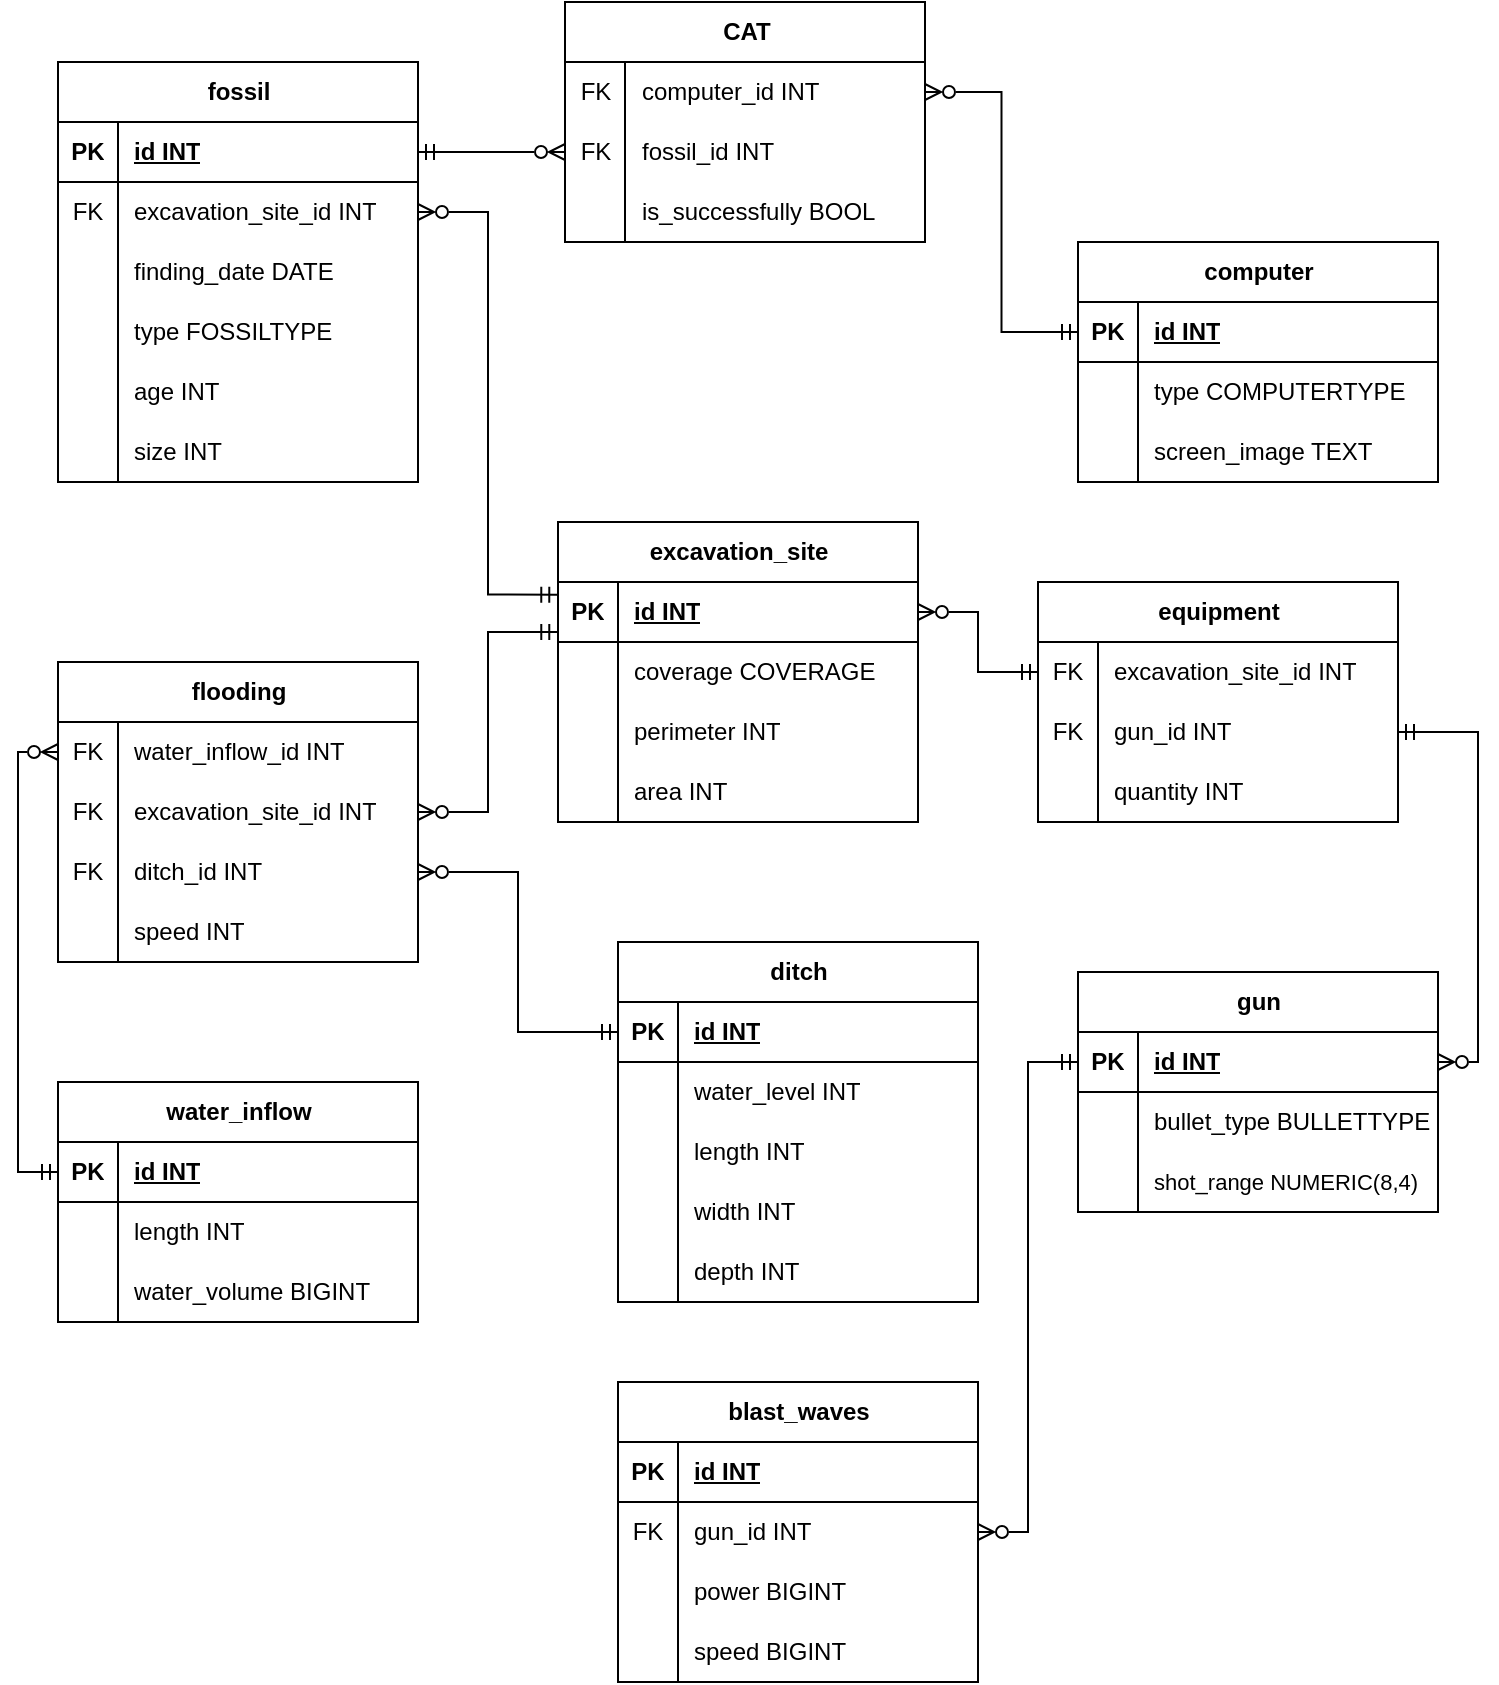
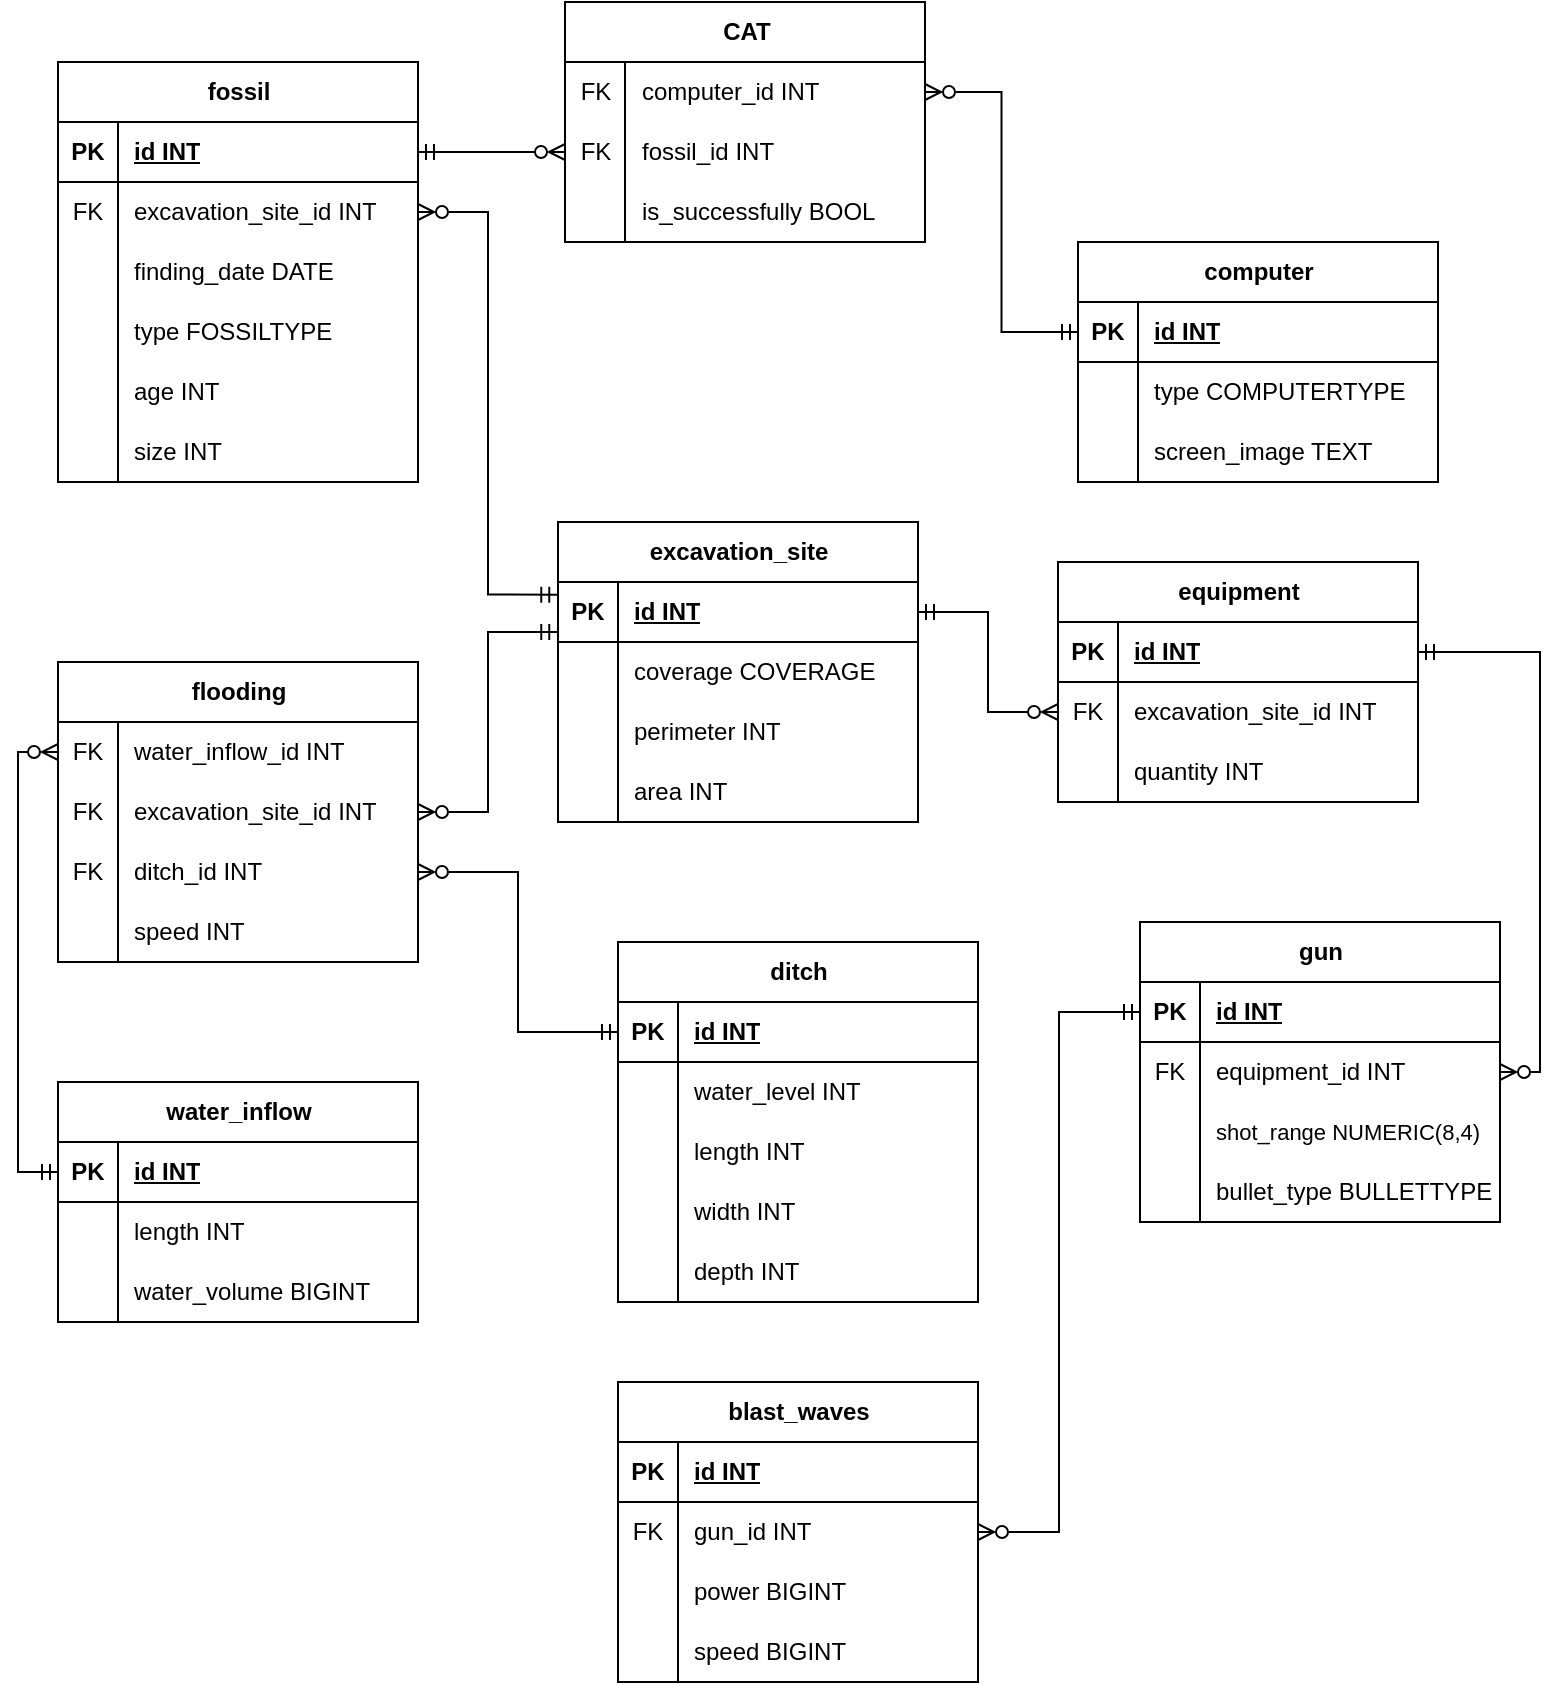
- <mxfile host="app.diagrams.net" agent="Mozilla/5.0 (Windows NT 10.0; Win64; x64) AppleWebKit/537.36 (KHTML, like Gecko) Chrome/146.0.0.0 Safari/537.36" version="29.6.6">
+ <mxfile host="app.diagrams.net" agent="Mozilla/5.0 (Windows NT 10.0; Win64; x64) AppleWebKit/537.36 (KHTML, like Gecko) Chrome/147.0.0.0 Safari/537.36" version="29.6.6">
  <diagram name="Страница-1" id="QFJKAXNgQi-MpzV8UYLP">
-     <mxGraphModel dx="1213" dy="764" grid="1" gridSize="10" guides="1" tooltips="1" connect="1" arrows="1" fold="1" page="1" pageScale="1" pageWidth="827" pageHeight="1169" math="0" shadow="0">
+     <mxGraphModel dx="1348" dy="849" grid="1" gridSize="10" guides="1" tooltips="1" connect="1" arrows="1" fold="1" page="1" pageScale="1" pageWidth="827" pageHeight="1169" math="0" shadow="0">
      <root>
        <mxCell id="0" />
        <mxCell id="1" parent="0" />
        <mxCell id="e_x1Hm3aGCSUM_CxUoT2-3" parent="1" style="shape=table;startSize=30;container=1;collapsible=1;childLayout=tableLayout;fixedRows=1;rowLines=0;fontStyle=1;align=center;resizeLast=1;html=1;" value="fossil" vertex="1">
          <mxGeometry height="210" width="180" x="520" y="170" as="geometry" />
        </mxCell>
        <mxCell id="e_x1Hm3aGCSUM_CxUoT2-4" parent="e_x1Hm3aGCSUM_CxUoT2-3" style="shape=tableRow;horizontal=0;startSize=0;swimlaneHead=0;swimlaneBody=0;fillColor=none;collapsible=0;dropTarget=0;points=[[0,0.5],[1,0.5]];portConstraint=eastwest;top=0;left=0;right=0;bottom=1;" value="" vertex="1">
          <mxGeometry height="30" width="180" y="30" as="geometry" />
        </mxCell>
        <mxCell id="e_x1Hm3aGCSUM_CxUoT2-5" parent="e_x1Hm3aGCSUM_CxUoT2-4" style="shape=partialRectangle;connectable=0;fillColor=none;top=0;left=0;bottom=0;right=0;fontStyle=1;overflow=hidden;whiteSpace=wrap;html=1;" value="PK" vertex="1">
          <mxGeometry height="30" width="30" as="geometry">
            <mxRectangle height="30" width="30" as="alternateBounds" />
          </mxGeometry>
        </mxCell>
        <mxCell id="e_x1Hm3aGCSUM_CxUoT2-6" parent="e_x1Hm3aGCSUM_CxUoT2-4" style="shape=partialRectangle;connectable=0;fillColor=none;top=0;left=0;bottom=0;right=0;align=left;spacingLeft=6;fontStyle=5;overflow=hidden;whiteSpace=wrap;html=1;" value="id INT" vertex="1">
          <mxGeometry height="30" width="150" x="30" as="geometry">
            <mxRectangle height="30" width="150" as="alternateBounds" />
          </mxGeometry>
        </mxCell>
        <mxCell id="e_x1Hm3aGCSUM_CxUoT2-7" parent="e_x1Hm3aGCSUM_CxUoT2-3" style="shape=tableRow;horizontal=0;startSize=0;swimlaneHead=0;swimlaneBody=0;fillColor=none;collapsible=0;dropTarget=0;points=[[0,0.5],[1,0.5]];portConstraint=eastwest;top=0;left=0;right=0;bottom=0;" value="" vertex="1">
          <mxGeometry height="30" width="180" y="60" as="geometry" />
        </mxCell>
        <mxCell id="e_x1Hm3aGCSUM_CxUoT2-8" parent="e_x1Hm3aGCSUM_CxUoT2-7" style="shape=partialRectangle;connectable=0;fillColor=none;top=0;left=0;bottom=0;right=0;editable=1;overflow=hidden;whiteSpace=wrap;html=1;" value="FK" vertex="1">
          <mxGeometry height="30" width="30" as="geometry">
            <mxRectangle height="30" width="30" as="alternateBounds" />
          </mxGeometry>
        </mxCell>
        <mxCell id="e_x1Hm3aGCSUM_CxUoT2-9" parent="e_x1Hm3aGCSUM_CxUoT2-7" style="shape=partialRectangle;connectable=0;fillColor=none;top=0;left=0;bottom=0;right=0;align=left;spacingLeft=6;overflow=hidden;whiteSpace=wrap;html=1;" value="&lt;span style=&quot;text-align: center; text-wrap-mode: nowrap;&quot;&gt;excavation_site_id INT&lt;/span&gt;" vertex="1">
          <mxGeometry height="30" width="150" x="30" as="geometry">
            <mxRectangle height="30" width="150" as="alternateBounds" />
          </mxGeometry>
        </mxCell>
        <mxCell id="e_x1Hm3aGCSUM_CxUoT2-10" parent="e_x1Hm3aGCSUM_CxUoT2-3" style="shape=tableRow;horizontal=0;startSize=0;swimlaneHead=0;swimlaneBody=0;fillColor=none;collapsible=0;dropTarget=0;points=[[0,0.5],[1,0.5]];portConstraint=eastwest;top=0;left=0;right=0;bottom=0;" value="" vertex="1">
          <mxGeometry height="30" width="180" y="90" as="geometry" />
        </mxCell>
        <mxCell id="e_x1Hm3aGCSUM_CxUoT2-11" parent="e_x1Hm3aGCSUM_CxUoT2-10" style="shape=partialRectangle;connectable=0;fillColor=none;top=0;left=0;bottom=0;right=0;editable=1;overflow=hidden;whiteSpace=wrap;html=1;" value="" vertex="1">
          <mxGeometry height="30" width="30" as="geometry">
            <mxRectangle height="30" width="30" as="alternateBounds" />
          </mxGeometry>
        </mxCell>
        <mxCell id="e_x1Hm3aGCSUM_CxUoT2-12" parent="e_x1Hm3aGCSUM_CxUoT2-10" style="shape=partialRectangle;connectable=0;fillColor=none;top=0;left=0;bottom=0;right=0;align=left;spacingLeft=6;overflow=hidden;whiteSpace=wrap;html=1;" value="finding_date DATE" vertex="1">
          <mxGeometry height="30" width="150" x="30" as="geometry">
            <mxRectangle height="30" width="150" as="alternateBounds" />
          </mxGeometry>
        </mxCell>
        <mxCell id="e_x1Hm3aGCSUM_CxUoT2-13" parent="e_x1Hm3aGCSUM_CxUoT2-3" style="shape=tableRow;horizontal=0;startSize=0;swimlaneHead=0;swimlaneBody=0;fillColor=none;collapsible=0;dropTarget=0;points=[[0,0.5],[1,0.5]];portConstraint=eastwest;top=0;left=0;right=0;bottom=0;" value="" vertex="1">
          <mxGeometry height="30" width="180" y="120" as="geometry" />
        </mxCell>
        <mxCell id="e_x1Hm3aGCSUM_CxUoT2-14" parent="e_x1Hm3aGCSUM_CxUoT2-13" style="shape=partialRectangle;connectable=0;fillColor=none;top=0;left=0;bottom=0;right=0;editable=1;overflow=hidden;whiteSpace=wrap;html=1;" value="" vertex="1">
          <mxGeometry height="30" width="30" as="geometry">
            <mxRectangle height="30" width="30" as="alternateBounds" />
          </mxGeometry>
        </mxCell>
        <mxCell id="e_x1Hm3aGCSUM_CxUoT2-15" parent="e_x1Hm3aGCSUM_CxUoT2-13" style="shape=partialRectangle;connectable=0;fillColor=none;top=0;left=0;bottom=0;right=0;align=left;spacingLeft=6;overflow=hidden;whiteSpace=wrap;html=1;" value="type FOSSILTYPE" vertex="1">
          <mxGeometry height="30" width="150" x="30" as="geometry">
            <mxRectangle height="30" width="150" as="alternateBounds" />
          </mxGeometry>
        </mxCell>
        <mxCell id="e_x1Hm3aGCSUM_CxUoT2-16" parent="e_x1Hm3aGCSUM_CxUoT2-3" style="shape=tableRow;horizontal=0;startSize=0;swimlaneHead=0;swimlaneBody=0;fillColor=none;collapsible=0;dropTarget=0;points=[[0,0.5],[1,0.5]];portConstraint=eastwest;top=0;left=0;right=0;bottom=0;" value="" vertex="1">
          <mxGeometry height="30" width="180" y="150" as="geometry" />
        </mxCell>
        <mxCell id="e_x1Hm3aGCSUM_CxUoT2-17" parent="e_x1Hm3aGCSUM_CxUoT2-16" style="shape=partialRectangle;connectable=0;fillColor=none;top=0;left=0;bottom=0;right=0;editable=1;overflow=hidden;whiteSpace=wrap;html=1;" value="" vertex="1">
          <mxGeometry height="30" width="30" as="geometry">
            <mxRectangle height="30" width="30" as="alternateBounds" />
          </mxGeometry>
        </mxCell>
        <mxCell id="e_x1Hm3aGCSUM_CxUoT2-18" parent="e_x1Hm3aGCSUM_CxUoT2-16" style="shape=partialRectangle;connectable=0;fillColor=none;top=0;left=0;bottom=0;right=0;align=left;spacingLeft=6;overflow=hidden;whiteSpace=wrap;html=1;" value="age INT" vertex="1">
          <mxGeometry height="30" width="150" x="30" as="geometry">
            <mxRectangle height="30" width="150" as="alternateBounds" />
          </mxGeometry>
        </mxCell>
        <mxCell id="e_x1Hm3aGCSUM_CxUoT2-19" parent="e_x1Hm3aGCSUM_CxUoT2-3" style="shape=tableRow;horizontal=0;startSize=0;swimlaneHead=0;swimlaneBody=0;fillColor=none;collapsible=0;dropTarget=0;points=[[0,0.5],[1,0.5]];portConstraint=eastwest;top=0;left=0;right=0;bottom=0;" value="" vertex="1">
          <mxGeometry height="30" width="180" y="180" as="geometry" />
        </mxCell>
        <mxCell id="e_x1Hm3aGCSUM_CxUoT2-20" parent="e_x1Hm3aGCSUM_CxUoT2-19" style="shape=partialRectangle;connectable=0;fillColor=none;top=0;left=0;bottom=0;right=0;editable=1;overflow=hidden;whiteSpace=wrap;html=1;" value="" vertex="1">
          <mxGeometry height="30" width="30" as="geometry">
            <mxRectangle height="30" width="30" as="alternateBounds" />
          </mxGeometry>
        </mxCell>
        <mxCell id="e_x1Hm3aGCSUM_CxUoT2-21" parent="e_x1Hm3aGCSUM_CxUoT2-19" style="shape=partialRectangle;connectable=0;fillColor=none;top=0;left=0;bottom=0;right=0;align=left;spacingLeft=6;overflow=hidden;whiteSpace=wrap;html=1;" value="size INT" vertex="1">
          <mxGeometry height="30" width="150" x="30" as="geometry">
            <mxRectangle height="30" width="150" as="alternateBounds" />
          </mxGeometry>
        </mxCell>
        <mxCell id="e_x1Hm3aGCSUM_CxUoT2-22" parent="1" style="shape=table;startSize=30;container=1;collapsible=1;childLayout=tableLayout;fixedRows=1;rowLines=0;fontStyle=1;align=center;resizeLast=1;html=1;points=[[0,0,0,0,0],[0,0.11,0,0,0],[0,0.25,0,0,0],[0,0.5,0,0,0],[0,0.75,0,0,0],[0,1,0,0,0],[0.25,0,0,0,0],[0.25,1,0,0,0],[0.5,0,0,0,0],[0.5,1,0,0,0],[0.75,0,0,0,0],[0.75,1,0,0,0],[1,0,0,0,0],[1,0.25,0,0,0],[1,0.5,0,0,0],[1,0.75,0,0,0],[1,1,0,0,0]];" value="excavation_site" vertex="1">
          <mxGeometry height="150" width="180" x="770" y="400" as="geometry" />
        </mxCell>
        <mxCell id="e_x1Hm3aGCSUM_CxUoT2-23" parent="e_x1Hm3aGCSUM_CxUoT2-22" style="shape=tableRow;horizontal=0;startSize=0;swimlaneHead=0;swimlaneBody=0;fillColor=none;collapsible=0;dropTarget=0;points=[[0,0.5],[1,0.5]];portConstraint=eastwest;top=0;left=0;right=0;bottom=1;" value="" vertex="1">
          <mxGeometry height="30" width="180" y="30" as="geometry" />
        </mxCell>
        <mxCell id="e_x1Hm3aGCSUM_CxUoT2-24" parent="e_x1Hm3aGCSUM_CxUoT2-23" style="shape=partialRectangle;connectable=0;fillColor=none;top=0;left=0;bottom=0;right=0;fontStyle=1;overflow=hidden;whiteSpace=wrap;html=1;" value="PK" vertex="1">
          <mxGeometry height="30" width="30" as="geometry">
            <mxRectangle height="30" width="30" as="alternateBounds" />
          </mxGeometry>
        </mxCell>
        <mxCell id="e_x1Hm3aGCSUM_CxUoT2-25" parent="e_x1Hm3aGCSUM_CxUoT2-23" style="shape=partialRectangle;connectable=0;fillColor=none;top=0;left=0;bottom=0;right=0;align=left;spacingLeft=6;fontStyle=5;overflow=hidden;whiteSpace=wrap;html=1;" value="id INT" vertex="1">
          <mxGeometry height="30" width="150" x="30" as="geometry">
            <mxRectangle height="30" width="150" as="alternateBounds" />
          </mxGeometry>
        </mxCell>
        <mxCell id="e_x1Hm3aGCSUM_CxUoT2-26" parent="e_x1Hm3aGCSUM_CxUoT2-22" style="shape=tableRow;horizontal=0;startSize=0;swimlaneHead=0;swimlaneBody=0;fillColor=none;collapsible=0;dropTarget=0;points=[[0,0.5],[1,0.5]];portConstraint=eastwest;top=0;left=0;right=0;bottom=0;" value="" vertex="1">
          <mxGeometry height="30" width="180" y="60" as="geometry" />
        </mxCell>
        <mxCell id="e_x1Hm3aGCSUM_CxUoT2-27" parent="e_x1Hm3aGCSUM_CxUoT2-26" style="shape=partialRectangle;connectable=0;fillColor=none;top=0;left=0;bottom=0;right=0;editable=1;overflow=hidden;whiteSpace=wrap;html=1;" value="" vertex="1">
          <mxGeometry height="30" width="30" as="geometry">
            <mxRectangle height="30" width="30" as="alternateBounds" />
          </mxGeometry>
        </mxCell>
        <mxCell id="e_x1Hm3aGCSUM_CxUoT2-28" parent="e_x1Hm3aGCSUM_CxUoT2-26" style="shape=partialRectangle;connectable=0;fillColor=none;top=0;left=0;bottom=0;right=0;align=left;spacingLeft=6;overflow=hidden;whiteSpace=wrap;html=1;" value="&lt;font&gt;coverage COVERAGE&lt;/font&gt;" vertex="1">
          <mxGeometry height="30" width="150" x="30" as="geometry">
            <mxRectangle height="30" width="150" as="alternateBounds" />
          </mxGeometry>
        </mxCell>
        <mxCell id="e_x1Hm3aGCSUM_CxUoT2-29" parent="e_x1Hm3aGCSUM_CxUoT2-22" style="shape=tableRow;horizontal=0;startSize=0;swimlaneHead=0;swimlaneBody=0;fillColor=none;collapsible=0;dropTarget=0;points=[[0,0.5],[1,0.5]];portConstraint=eastwest;top=0;left=0;right=0;bottom=0;" value="" vertex="1">
          <mxGeometry height="30" width="180" y="90" as="geometry" />
        </mxCell>
        <mxCell id="e_x1Hm3aGCSUM_CxUoT2-30" parent="e_x1Hm3aGCSUM_CxUoT2-29" style="shape=partialRectangle;connectable=0;fillColor=none;top=0;left=0;bottom=0;right=0;editable=1;overflow=hidden;whiteSpace=wrap;html=1;" value="" vertex="1">
          <mxGeometry height="30" width="30" as="geometry">
            <mxRectangle height="30" width="30" as="alternateBounds" />
          </mxGeometry>
        </mxCell>
        <mxCell id="e_x1Hm3aGCSUM_CxUoT2-31" parent="e_x1Hm3aGCSUM_CxUoT2-29" style="shape=partialRectangle;connectable=0;fillColor=none;top=0;left=0;bottom=0;right=0;align=left;spacingLeft=6;overflow=hidden;whiteSpace=wrap;html=1;" value="perimeter INT" vertex="1">
          <mxGeometry height="30" width="150" x="30" as="geometry">
            <mxRectangle height="30" width="150" as="alternateBounds" />
          </mxGeometry>
        </mxCell>
        <mxCell id="e_x1Hm3aGCSUM_CxUoT2-32" parent="e_x1Hm3aGCSUM_CxUoT2-22" style="shape=tableRow;horizontal=0;startSize=0;swimlaneHead=0;swimlaneBody=0;fillColor=none;collapsible=0;dropTarget=0;points=[[0,0.5],[1,0.5]];portConstraint=eastwest;top=0;left=0;right=0;bottom=0;" value="" vertex="1">
          <mxGeometry height="30" width="180" y="120" as="geometry" />
        </mxCell>
        <mxCell id="e_x1Hm3aGCSUM_CxUoT2-33" parent="e_x1Hm3aGCSUM_CxUoT2-32" style="shape=partialRectangle;connectable=0;fillColor=none;top=0;left=0;bottom=0;right=0;editable=1;overflow=hidden;whiteSpace=wrap;html=1;" value="" vertex="1">
          <mxGeometry height="30" width="30" as="geometry">
            <mxRectangle height="30" width="30" as="alternateBounds" />
          </mxGeometry>
        </mxCell>
        <mxCell id="e_x1Hm3aGCSUM_CxUoT2-34" parent="e_x1Hm3aGCSUM_CxUoT2-32" style="shape=partialRectangle;connectable=0;fillColor=none;top=0;left=0;bottom=0;right=0;align=left;spacingLeft=6;overflow=hidden;whiteSpace=wrap;html=1;" value="area INT" vertex="1">
          <mxGeometry height="30" width="150" x="30" as="geometry">
            <mxRectangle height="30" width="150" as="alternateBounds" />
          </mxGeometry>
        </mxCell>
        <mxCell id="e_x1Hm3aGCSUM_CxUoT2-35" parent="1" style="shape=table;startSize=30;container=1;collapsible=1;childLayout=tableLayout;fixedRows=1;rowLines=0;fontStyle=1;align=center;resizeLast=1;html=1;" value="flooding" vertex="1">
          <mxGeometry height="150" width="180" x="520" y="470" as="geometry" />
        </mxCell>
        <mxCell id="e_x1Hm3aGCSUM_CxUoT2-36" parent="e_x1Hm3aGCSUM_CxUoT2-35" style="shape=tableRow;horizontal=0;startSize=0;swimlaneHead=0;swimlaneBody=0;fillColor=none;collapsible=0;dropTarget=0;points=[[0,0.5],[1,0.5]];portConstraint=eastwest;top=0;left=0;right=0;bottom=0;" value="" vertex="1">
          <mxGeometry height="30" width="180" y="30" as="geometry" />
        </mxCell>
        <mxCell id="e_x1Hm3aGCSUM_CxUoT2-37" parent="e_x1Hm3aGCSUM_CxUoT2-36" style="shape=partialRectangle;connectable=0;fillColor=none;top=0;left=0;bottom=0;right=0;editable=1;overflow=hidden;whiteSpace=wrap;html=1;" value="FK" vertex="1">
          <mxGeometry height="30" width="30" as="geometry">
            <mxRectangle height="30" width="30" as="alternateBounds" />
          </mxGeometry>
        </mxCell>
        <mxCell id="e_x1Hm3aGCSUM_CxUoT2-38" parent="e_x1Hm3aGCSUM_CxUoT2-36" style="shape=partialRectangle;connectable=0;fillColor=none;top=0;left=0;bottom=0;right=0;align=left;spacingLeft=6;overflow=hidden;whiteSpace=wrap;html=1;" value="water_inflow_id INT" vertex="1">
          <mxGeometry height="30" width="150" x="30" as="geometry">
            <mxRectangle height="30" width="150" as="alternateBounds" />
          </mxGeometry>
        </mxCell>
        <mxCell id="e_x1Hm3aGCSUM_CxUoT2-39" parent="e_x1Hm3aGCSUM_CxUoT2-35" style="shape=tableRow;horizontal=0;startSize=0;swimlaneHead=0;swimlaneBody=0;fillColor=none;collapsible=0;dropTarget=0;points=[[0,0.5],[1,0.5]];portConstraint=eastwest;top=0;left=0;right=0;bottom=0;" value="" vertex="1">
          <mxGeometry height="30" width="180" y="60" as="geometry" />
        </mxCell>
        <mxCell id="e_x1Hm3aGCSUM_CxUoT2-40" parent="e_x1Hm3aGCSUM_CxUoT2-39" style="shape=partialRectangle;connectable=0;fillColor=none;top=0;left=0;bottom=0;right=0;editable=1;overflow=hidden;whiteSpace=wrap;html=1;" value="FK" vertex="1">
          <mxGeometry height="30" width="30" as="geometry">
            <mxRectangle height="30" width="30" as="alternateBounds" />
          </mxGeometry>
        </mxCell>
        <mxCell id="e_x1Hm3aGCSUM_CxUoT2-41" parent="e_x1Hm3aGCSUM_CxUoT2-39" style="shape=partialRectangle;connectable=0;fillColor=none;top=0;left=0;bottom=0;right=0;align=left;spacingLeft=6;overflow=hidden;whiteSpace=wrap;html=1;" value="&lt;span style=&quot;text-align: center; text-wrap-mode: nowrap;&quot;&gt;excavation_site_id INT&lt;/span&gt;" vertex="1">
          <mxGeometry height="30" width="150" x="30" as="geometry">
            <mxRectangle height="30" width="150" as="alternateBounds" />
          </mxGeometry>
        </mxCell>
        <mxCell id="e_x1Hm3aGCSUM_CxUoT2-42" parent="e_x1Hm3aGCSUM_CxUoT2-35" style="shape=tableRow;horizontal=0;startSize=0;swimlaneHead=0;swimlaneBody=0;fillColor=none;collapsible=0;dropTarget=0;points=[[0,0.5],[1,0.5]];portConstraint=eastwest;top=0;left=0;right=0;bottom=0;" value="" vertex="1">
          <mxGeometry height="30" width="180" y="90" as="geometry" />
        </mxCell>
        <mxCell id="e_x1Hm3aGCSUM_CxUoT2-43" parent="e_x1Hm3aGCSUM_CxUoT2-42" style="shape=partialRectangle;connectable=0;fillColor=none;top=0;left=0;bottom=0;right=0;editable=1;overflow=hidden;whiteSpace=wrap;html=1;" value="FK" vertex="1">
          <mxGeometry height="30" width="30" as="geometry">
            <mxRectangle height="30" width="30" as="alternateBounds" />
          </mxGeometry>
        </mxCell>
        <mxCell id="e_x1Hm3aGCSUM_CxUoT2-44" parent="e_x1Hm3aGCSUM_CxUoT2-42" style="shape=partialRectangle;connectable=0;fillColor=none;top=0;left=0;bottom=0;right=0;align=left;spacingLeft=6;overflow=hidden;whiteSpace=wrap;html=1;" value="ditch_id INT" vertex="1">
          <mxGeometry height="30" width="150" x="30" as="geometry">
            <mxRectangle height="30" width="150" as="alternateBounds" />
          </mxGeometry>
        </mxCell>
        <mxCell id="e_x1Hm3aGCSUM_CxUoT2-45" parent="e_x1Hm3aGCSUM_CxUoT2-35" style="shape=tableRow;horizontal=0;startSize=0;swimlaneHead=0;swimlaneBody=0;fillColor=none;collapsible=0;dropTarget=0;points=[[0,0.5],[1,0.5]];portConstraint=eastwest;top=0;left=0;right=0;bottom=0;" value="" vertex="1">
          <mxGeometry height="30" width="180" y="120" as="geometry" />
        </mxCell>
        <mxCell id="e_x1Hm3aGCSUM_CxUoT2-46" parent="e_x1Hm3aGCSUM_CxUoT2-45" style="shape=partialRectangle;connectable=0;fillColor=none;top=0;left=0;bottom=0;right=0;editable=1;overflow=hidden;whiteSpace=wrap;html=1;" value="" vertex="1">
          <mxGeometry height="30" width="30" as="geometry">
            <mxRectangle height="30" width="30" as="alternateBounds" />
          </mxGeometry>
        </mxCell>
        <mxCell id="e_x1Hm3aGCSUM_CxUoT2-47" parent="e_x1Hm3aGCSUM_CxUoT2-45" style="shape=partialRectangle;connectable=0;fillColor=none;top=0;left=0;bottom=0;right=0;align=left;spacingLeft=6;overflow=hidden;whiteSpace=wrap;html=1;" value="speed INT" vertex="1">
          <mxGeometry height="30" width="150" x="30" as="geometry">
            <mxRectangle height="30" width="150" as="alternateBounds" />
          </mxGeometry>
        </mxCell>
        <mxCell id="e_x1Hm3aGCSUM_CxUoT2-48" parent="1" style="shape=table;startSize=30;container=1;collapsible=1;childLayout=tableLayout;fixedRows=1;rowLines=0;fontStyle=1;align=center;resizeLast=1;html=1;" value="water_inflow" vertex="1">
          <mxGeometry height="120" width="180" x="520" y="680" as="geometry" />
        </mxCell>
        <mxCell id="e_x1Hm3aGCSUM_CxUoT2-49" parent="e_x1Hm3aGCSUM_CxUoT2-48" style="shape=tableRow;horizontal=0;startSize=0;swimlaneHead=0;swimlaneBody=0;fillColor=none;collapsible=0;dropTarget=0;points=[[0,0.5],[1,0.5]];portConstraint=eastwest;top=0;left=0;right=0;bottom=1;" value="" vertex="1">
          <mxGeometry height="30" width="180" y="30" as="geometry" />
        </mxCell>
        <mxCell id="e_x1Hm3aGCSUM_CxUoT2-50" parent="e_x1Hm3aGCSUM_CxUoT2-49" style="shape=partialRectangle;connectable=0;fillColor=none;top=0;left=0;bottom=0;right=0;fontStyle=1;overflow=hidden;whiteSpace=wrap;html=1;" value="PK" vertex="1">
          <mxGeometry height="30" width="30" as="geometry">
            <mxRectangle height="30" width="30" as="alternateBounds" />
          </mxGeometry>
        </mxCell>
        <mxCell id="e_x1Hm3aGCSUM_CxUoT2-51" parent="e_x1Hm3aGCSUM_CxUoT2-49" style="shape=partialRectangle;connectable=0;fillColor=none;top=0;left=0;bottom=0;right=0;align=left;spacingLeft=6;fontStyle=5;overflow=hidden;whiteSpace=wrap;html=1;" value="id INT" vertex="1">
          <mxGeometry height="30" width="150" x="30" as="geometry">
            <mxRectangle height="30" width="150" as="alternateBounds" />
          </mxGeometry>
        </mxCell>
        <mxCell id="e_x1Hm3aGCSUM_CxUoT2-52" parent="e_x1Hm3aGCSUM_CxUoT2-48" style="shape=tableRow;horizontal=0;startSize=0;swimlaneHead=0;swimlaneBody=0;fillColor=none;collapsible=0;dropTarget=0;points=[[0,0.5],[1,0.5]];portConstraint=eastwest;top=0;left=0;right=0;bottom=0;" value="" vertex="1">
          <mxGeometry height="30" width="180" y="60" as="geometry" />
        </mxCell>
        <mxCell id="e_x1Hm3aGCSUM_CxUoT2-53" parent="e_x1Hm3aGCSUM_CxUoT2-52" style="shape=partialRectangle;connectable=0;fillColor=none;top=0;left=0;bottom=0;right=0;editable=1;overflow=hidden;whiteSpace=wrap;html=1;" value="" vertex="1">
          <mxGeometry height="30" width="30" as="geometry">
            <mxRectangle height="30" width="30" as="alternateBounds" />
          </mxGeometry>
        </mxCell>
        <mxCell id="e_x1Hm3aGCSUM_CxUoT2-54" parent="e_x1Hm3aGCSUM_CxUoT2-52" style="shape=partialRectangle;connectable=0;fillColor=none;top=0;left=0;bottom=0;right=0;align=left;spacingLeft=6;overflow=hidden;whiteSpace=wrap;html=1;" value="length INT" vertex="1">
          <mxGeometry height="30" width="150" x="30" as="geometry">
            <mxRectangle height="30" width="150" as="alternateBounds" />
          </mxGeometry>
        </mxCell>
        <mxCell id="e_x1Hm3aGCSUM_CxUoT2-55" parent="e_x1Hm3aGCSUM_CxUoT2-48" style="shape=tableRow;horizontal=0;startSize=0;swimlaneHead=0;swimlaneBody=0;fillColor=none;collapsible=0;dropTarget=0;points=[[0,0.5],[1,0.5]];portConstraint=eastwest;top=0;left=0;right=0;bottom=0;" value="" vertex="1">
          <mxGeometry height="30" width="180" y="90" as="geometry" />
        </mxCell>
        <mxCell id="e_x1Hm3aGCSUM_CxUoT2-56" parent="e_x1Hm3aGCSUM_CxUoT2-55" style="shape=partialRectangle;connectable=0;fillColor=none;top=0;left=0;bottom=0;right=0;editable=1;overflow=hidden;whiteSpace=wrap;html=1;" value="" vertex="1">
          <mxGeometry height="30" width="30" as="geometry">
            <mxRectangle height="30" width="30" as="alternateBounds" />
          </mxGeometry>
        </mxCell>
        <mxCell id="e_x1Hm3aGCSUM_CxUoT2-57" parent="e_x1Hm3aGCSUM_CxUoT2-55" style="shape=partialRectangle;connectable=0;fillColor=none;top=0;left=0;bottom=0;right=0;align=left;spacingLeft=6;overflow=hidden;whiteSpace=wrap;html=1;" value="&lt;font&gt;water_volume BIGINT&lt;/font&gt;" vertex="1">
          <mxGeometry height="30" width="150" x="30" as="geometry">
            <mxRectangle height="30" width="150" as="alternateBounds" />
          </mxGeometry>
        </mxCell>
        <mxCell id="e_x1Hm3aGCSUM_CxUoT2-58" edge="1" parent="1" source="e_x1Hm3aGCSUM_CxUoT2-49" style="edgeStyle=orthogonalEdgeStyle;rounded=0;orthogonalLoop=1;jettySize=auto;html=1;exitX=0;exitY=0.5;exitDx=0;exitDy=0;entryX=0;entryY=0.5;entryDx=0;entryDy=0;startArrow=ERmandOne;startFill=0;endArrow=ERzeroToMany;endFill=0;" target="e_x1Hm3aGCSUM_CxUoT2-36">
          <mxGeometry relative="1" as="geometry" />
        </mxCell>
        <mxCell id="e_x1Hm3aGCSUM_CxUoT2-59" parent="1" style="shape=table;startSize=30;container=1;collapsible=1;childLayout=tableLayout;fixedRows=1;rowLines=0;fontStyle=1;align=center;resizeLast=1;html=1;" value="ditch" vertex="1">
          <mxGeometry height="180" width="180" x="800" y="610" as="geometry" />
        </mxCell>
        <mxCell id="e_x1Hm3aGCSUM_CxUoT2-60" parent="e_x1Hm3aGCSUM_CxUoT2-59" style="shape=tableRow;horizontal=0;startSize=0;swimlaneHead=0;swimlaneBody=0;fillColor=none;collapsible=0;dropTarget=0;points=[[0,0.5],[1,0.5]];portConstraint=eastwest;top=0;left=0;right=0;bottom=1;" value="" vertex="1">
          <mxGeometry height="30" width="180" y="30" as="geometry" />
        </mxCell>
        <mxCell id="e_x1Hm3aGCSUM_CxUoT2-61" parent="e_x1Hm3aGCSUM_CxUoT2-60" style="shape=partialRectangle;connectable=0;fillColor=none;top=0;left=0;bottom=0;right=0;fontStyle=1;overflow=hidden;whiteSpace=wrap;html=1;" value="PK" vertex="1">
          <mxGeometry height="30" width="30" as="geometry">
            <mxRectangle height="30" width="30" as="alternateBounds" />
          </mxGeometry>
        </mxCell>
        <mxCell id="e_x1Hm3aGCSUM_CxUoT2-62" parent="e_x1Hm3aGCSUM_CxUoT2-60" style="shape=partialRectangle;connectable=0;fillColor=none;top=0;left=0;bottom=0;right=0;align=left;spacingLeft=6;fontStyle=5;overflow=hidden;whiteSpace=wrap;html=1;" value="id INT" vertex="1">
          <mxGeometry height="30" width="150" x="30" as="geometry">
            <mxRectangle height="30" width="150" as="alternateBounds" />
          </mxGeometry>
        </mxCell>
        <mxCell id="e_x1Hm3aGCSUM_CxUoT2-63" parent="e_x1Hm3aGCSUM_CxUoT2-59" style="shape=tableRow;horizontal=0;startSize=0;swimlaneHead=0;swimlaneBody=0;fillColor=none;collapsible=0;dropTarget=0;points=[[0,0.5],[1,0.5]];portConstraint=eastwest;top=0;left=0;right=0;bottom=0;" value="" vertex="1">
          <mxGeometry height="30" width="180" y="60" as="geometry" />
        </mxCell>
        <mxCell id="e_x1Hm3aGCSUM_CxUoT2-64" parent="e_x1Hm3aGCSUM_CxUoT2-63" style="shape=partialRectangle;connectable=0;fillColor=none;top=0;left=0;bottom=0;right=0;editable=1;overflow=hidden;whiteSpace=wrap;html=1;" value="" vertex="1">
          <mxGeometry height="30" width="30" as="geometry">
            <mxRectangle height="30" width="30" as="alternateBounds" />
          </mxGeometry>
        </mxCell>
        <mxCell id="e_x1Hm3aGCSUM_CxUoT2-65" parent="e_x1Hm3aGCSUM_CxUoT2-63" style="shape=partialRectangle;connectable=0;fillColor=none;top=0;left=0;bottom=0;right=0;align=left;spacingLeft=6;overflow=hidden;whiteSpace=wrap;html=1;" value="water_level INT" vertex="1">
          <mxGeometry height="30" width="150" x="30" as="geometry">
            <mxRectangle height="30" width="150" as="alternateBounds" />
          </mxGeometry>
        </mxCell>
        <mxCell id="e_x1Hm3aGCSUM_CxUoT2-66" parent="e_x1Hm3aGCSUM_CxUoT2-59" style="shape=tableRow;horizontal=0;startSize=0;swimlaneHead=0;swimlaneBody=0;fillColor=none;collapsible=0;dropTarget=0;points=[[0,0.5],[1,0.5]];portConstraint=eastwest;top=0;left=0;right=0;bottom=0;" value="" vertex="1">
          <mxGeometry height="30" width="180" y="90" as="geometry" />
        </mxCell>
        <mxCell id="e_x1Hm3aGCSUM_CxUoT2-67" parent="e_x1Hm3aGCSUM_CxUoT2-66" style="shape=partialRectangle;connectable=0;fillColor=none;top=0;left=0;bottom=0;right=0;editable=1;overflow=hidden;whiteSpace=wrap;html=1;" value="" vertex="1">
          <mxGeometry height="30" width="30" as="geometry">
            <mxRectangle height="30" width="30" as="alternateBounds" />
          </mxGeometry>
        </mxCell>
        <mxCell id="e_x1Hm3aGCSUM_CxUoT2-68" parent="e_x1Hm3aGCSUM_CxUoT2-66" style="shape=partialRectangle;connectable=0;fillColor=none;top=0;left=0;bottom=0;right=0;align=left;spacingLeft=6;overflow=hidden;whiteSpace=wrap;html=1;" value="length INT" vertex="1">
          <mxGeometry height="30" width="150" x="30" as="geometry">
            <mxRectangle height="30" width="150" as="alternateBounds" />
          </mxGeometry>
        </mxCell>
        <mxCell id="e_x1Hm3aGCSUM_CxUoT2-69" parent="e_x1Hm3aGCSUM_CxUoT2-59" style="shape=tableRow;horizontal=0;startSize=0;swimlaneHead=0;swimlaneBody=0;fillColor=none;collapsible=0;dropTarget=0;points=[[0,0.5],[1,0.5]];portConstraint=eastwest;top=0;left=0;right=0;bottom=0;" value="" vertex="1">
          <mxGeometry height="30" width="180" y="120" as="geometry" />
        </mxCell>
        <mxCell id="e_x1Hm3aGCSUM_CxUoT2-70" parent="e_x1Hm3aGCSUM_CxUoT2-69" style="shape=partialRectangle;connectable=0;fillColor=none;top=0;left=0;bottom=0;right=0;editable=1;overflow=hidden;whiteSpace=wrap;html=1;" value="" vertex="1">
          <mxGeometry height="30" width="30" as="geometry">
            <mxRectangle height="30" width="30" as="alternateBounds" />
          </mxGeometry>
        </mxCell>
        <mxCell id="e_x1Hm3aGCSUM_CxUoT2-71" parent="e_x1Hm3aGCSUM_CxUoT2-69" style="shape=partialRectangle;connectable=0;fillColor=none;top=0;left=0;bottom=0;right=0;align=left;spacingLeft=6;overflow=hidden;whiteSpace=wrap;html=1;" value="width INT" vertex="1">
          <mxGeometry height="30" width="150" x="30" as="geometry">
            <mxRectangle height="30" width="150" as="alternateBounds" />
          </mxGeometry>
        </mxCell>
        <mxCell id="e_x1Hm3aGCSUM_CxUoT2-72" parent="e_x1Hm3aGCSUM_CxUoT2-59" style="shape=tableRow;horizontal=0;startSize=0;swimlaneHead=0;swimlaneBody=0;fillColor=none;collapsible=0;dropTarget=0;points=[[0,0.5],[1,0.5]];portConstraint=eastwest;top=0;left=0;right=0;bottom=0;" value="" vertex="1">
          <mxGeometry height="30" width="180" y="150" as="geometry" />
        </mxCell>
        <mxCell id="e_x1Hm3aGCSUM_CxUoT2-73" parent="e_x1Hm3aGCSUM_CxUoT2-72" style="shape=partialRectangle;connectable=0;fillColor=none;top=0;left=0;bottom=0;right=0;editable=1;overflow=hidden;whiteSpace=wrap;html=1;" value="" vertex="1">
          <mxGeometry height="30" width="30" as="geometry">
            <mxRectangle height="30" width="30" as="alternateBounds" />
          </mxGeometry>
        </mxCell>
        <mxCell id="e_x1Hm3aGCSUM_CxUoT2-74" parent="e_x1Hm3aGCSUM_CxUoT2-72" style="shape=partialRectangle;connectable=0;fillColor=none;top=0;left=0;bottom=0;right=0;align=left;spacingLeft=6;overflow=hidden;whiteSpace=wrap;html=1;" value="depth INT" vertex="1">
          <mxGeometry height="30" width="150" x="30" as="geometry">
            <mxRectangle height="30" width="150" as="alternateBounds" />
          </mxGeometry>
        </mxCell>
        <mxCell id="e_x1Hm3aGCSUM_CxUoT2-75" edge="1" parent="1" source="e_x1Hm3aGCSUM_CxUoT2-60" style="edgeStyle=orthogonalEdgeStyle;rounded=0;orthogonalLoop=1;jettySize=auto;html=1;entryX=1;entryY=0.5;entryDx=0;entryDy=0;startArrow=ERmandOne;startFill=0;endArrow=ERzeroToMany;endFill=0;" target="e_x1Hm3aGCSUM_CxUoT2-42">
          <mxGeometry relative="1" as="geometry" />
        </mxCell>
        <mxCell id="e_x1Hm3aGCSUM_CxUoT2-76" parent="1" style="shape=table;startSize=30;container=1;collapsible=1;childLayout=tableLayout;fixedRows=1;rowLines=0;fontStyle=1;align=center;resizeLast=1;html=1;" value="CAT" vertex="1">
          <mxGeometry height="120" width="180" x="773.5" y="140" as="geometry" />
        </mxCell>
        <mxCell id="e_x1Hm3aGCSUM_CxUoT2-77" parent="e_x1Hm3aGCSUM_CxUoT2-76" style="shape=tableRow;horizontal=0;startSize=0;swimlaneHead=0;swimlaneBody=0;fillColor=none;collapsible=0;dropTarget=0;points=[[0,0.5],[1,0.5]];portConstraint=eastwest;top=0;left=0;right=0;bottom=0;" value="" vertex="1">
          <mxGeometry height="30" width="180" y="30" as="geometry" />
        </mxCell>
        <mxCell id="e_x1Hm3aGCSUM_CxUoT2-78" parent="e_x1Hm3aGCSUM_CxUoT2-77" style="shape=partialRectangle;connectable=0;fillColor=none;top=0;left=0;bottom=0;right=0;editable=1;overflow=hidden;whiteSpace=wrap;html=1;" value="FK" vertex="1">
          <mxGeometry height="30" width="30" as="geometry">
            <mxRectangle height="30" width="30" as="alternateBounds" />
          </mxGeometry>
        </mxCell>
        <mxCell id="e_x1Hm3aGCSUM_CxUoT2-79" parent="e_x1Hm3aGCSUM_CxUoT2-77" style="shape=partialRectangle;connectable=0;fillColor=none;top=0;left=0;bottom=0;right=0;align=left;spacingLeft=6;overflow=hidden;whiteSpace=wrap;html=1;" value="computer_id INT" vertex="1">
          <mxGeometry height="30" width="150" x="30" as="geometry">
            <mxRectangle height="30" width="150" as="alternateBounds" />
          </mxGeometry>
        </mxCell>
        <mxCell id="e_x1Hm3aGCSUM_CxUoT2-80" parent="e_x1Hm3aGCSUM_CxUoT2-76" style="shape=tableRow;horizontal=0;startSize=0;swimlaneHead=0;swimlaneBody=0;fillColor=none;collapsible=0;dropTarget=0;points=[[0,0.5],[1,0.5]];portConstraint=eastwest;top=0;left=0;right=0;bottom=0;" value="" vertex="1">
          <mxGeometry height="30" width="180" y="60" as="geometry" />
        </mxCell>
        <mxCell id="e_x1Hm3aGCSUM_CxUoT2-81" parent="e_x1Hm3aGCSUM_CxUoT2-80" style="shape=partialRectangle;connectable=0;fillColor=none;top=0;left=0;bottom=0;right=0;editable=1;overflow=hidden;whiteSpace=wrap;html=1;" value="FK" vertex="1">
          <mxGeometry height="30" width="30" as="geometry">
            <mxRectangle height="30" width="30" as="alternateBounds" />
          </mxGeometry>
        </mxCell>
        <mxCell id="e_x1Hm3aGCSUM_CxUoT2-82" parent="e_x1Hm3aGCSUM_CxUoT2-80" style="shape=partialRectangle;connectable=0;fillColor=none;top=0;left=0;bottom=0;right=0;align=left;spacingLeft=6;overflow=hidden;whiteSpace=wrap;html=1;" value="fossil_id INT" vertex="1">
          <mxGeometry height="30" width="150" x="30" as="geometry">
            <mxRectangle height="30" width="150" as="alternateBounds" />
          </mxGeometry>
        </mxCell>
        <mxCell id="e_x1Hm3aGCSUM_CxUoT2-83" parent="e_x1Hm3aGCSUM_CxUoT2-76" style="shape=tableRow;horizontal=0;startSize=0;swimlaneHead=0;swimlaneBody=0;fillColor=none;collapsible=0;dropTarget=0;points=[[0,0.5],[1,0.5]];portConstraint=eastwest;top=0;left=0;right=0;bottom=0;" value="" vertex="1">
          <mxGeometry height="30" width="180" y="90" as="geometry" />
        </mxCell>
        <mxCell id="e_x1Hm3aGCSUM_CxUoT2-84" parent="e_x1Hm3aGCSUM_CxUoT2-83" style="shape=partialRectangle;connectable=0;fillColor=none;top=0;left=0;bottom=0;right=0;editable=1;overflow=hidden;whiteSpace=wrap;html=1;" value="" vertex="1">
          <mxGeometry height="30" width="30" as="geometry">
            <mxRectangle height="30" width="30" as="alternateBounds" />
          </mxGeometry>
        </mxCell>
        <mxCell id="e_x1Hm3aGCSUM_CxUoT2-85" parent="e_x1Hm3aGCSUM_CxUoT2-83" style="shape=partialRectangle;connectable=0;fillColor=none;top=0;left=0;bottom=0;right=0;align=left;spacingLeft=6;overflow=hidden;whiteSpace=wrap;html=1;" value="is_successfully BOOL" vertex="1">
          <mxGeometry height="30" width="150" x="30" as="geometry">
            <mxRectangle height="30" width="150" as="alternateBounds" />
          </mxGeometry>
        </mxCell>
        <mxCell id="e_x1Hm3aGCSUM_CxUoT2-86" edge="1" parent="1" source="e_x1Hm3aGCSUM_CxUoT2-4" style="edgeStyle=orthogonalEdgeStyle;rounded=0;orthogonalLoop=1;jettySize=auto;html=1;exitX=1;exitY=0.5;exitDx=0;exitDy=0;entryX=0;entryY=0.5;entryDx=0;entryDy=0;startArrow=ERmandOne;startFill=0;endArrow=ERzeroToMany;endFill=0;" target="e_x1Hm3aGCSUM_CxUoT2-80">
          <mxGeometry relative="1" as="geometry" />
        </mxCell>
        <mxCell id="e_x1Hm3aGCSUM_CxUoT2-87" parent="1" style="shape=table;startSize=30;container=1;collapsible=1;childLayout=tableLayout;fixedRows=1;rowLines=0;fontStyle=1;align=center;resizeLast=1;html=1;" value="computer" vertex="1">
          <mxGeometry height="120" width="180" x="1030" y="260" as="geometry" />
        </mxCell>
        <mxCell id="e_x1Hm3aGCSUM_CxUoT2-88" parent="e_x1Hm3aGCSUM_CxUoT2-87" style="shape=tableRow;horizontal=0;startSize=0;swimlaneHead=0;swimlaneBody=0;fillColor=none;collapsible=0;dropTarget=0;points=[[0,0.5],[1,0.5]];portConstraint=eastwest;top=0;left=0;right=0;bottom=1;" value="" vertex="1">
          <mxGeometry height="30" width="180" y="30" as="geometry" />
        </mxCell>
        <mxCell id="e_x1Hm3aGCSUM_CxUoT2-89" parent="e_x1Hm3aGCSUM_CxUoT2-88" style="shape=partialRectangle;connectable=0;fillColor=none;top=0;left=0;bottom=0;right=0;fontStyle=1;overflow=hidden;whiteSpace=wrap;html=1;" value="PK" vertex="1">
          <mxGeometry height="30" width="30" as="geometry">
            <mxRectangle height="30" width="30" as="alternateBounds" />
          </mxGeometry>
        </mxCell>
        <mxCell id="e_x1Hm3aGCSUM_CxUoT2-90" parent="e_x1Hm3aGCSUM_CxUoT2-88" style="shape=partialRectangle;connectable=0;fillColor=none;top=0;left=0;bottom=0;right=0;align=left;spacingLeft=6;fontStyle=5;overflow=hidden;whiteSpace=wrap;html=1;" value="id INT" vertex="1">
          <mxGeometry height="30" width="150" x="30" as="geometry">
            <mxRectangle height="30" width="150" as="alternateBounds" />
          </mxGeometry>
        </mxCell>
        <mxCell id="e_x1Hm3aGCSUM_CxUoT2-91" parent="e_x1Hm3aGCSUM_CxUoT2-87" style="shape=tableRow;horizontal=0;startSize=0;swimlaneHead=0;swimlaneBody=0;fillColor=none;collapsible=0;dropTarget=0;points=[[0,0.5],[1,0.5]];portConstraint=eastwest;top=0;left=0;right=0;bottom=0;" value="" vertex="1">
          <mxGeometry height="30" width="180" y="60" as="geometry" />
        </mxCell>
        <mxCell id="e_x1Hm3aGCSUM_CxUoT2-92" parent="e_x1Hm3aGCSUM_CxUoT2-91" style="shape=partialRectangle;connectable=0;fillColor=none;top=0;left=0;bottom=0;right=0;editable=1;overflow=hidden;whiteSpace=wrap;html=1;" value="" vertex="1">
          <mxGeometry height="30" width="30" as="geometry">
            <mxRectangle height="30" width="30" as="alternateBounds" />
          </mxGeometry>
        </mxCell>
        <mxCell id="e_x1Hm3aGCSUM_CxUoT2-93" parent="e_x1Hm3aGCSUM_CxUoT2-91" style="shape=partialRectangle;connectable=0;fillColor=none;top=0;left=0;bottom=0;right=0;align=left;spacingLeft=6;overflow=hidden;whiteSpace=wrap;html=1;" value="type COMPUTERTYPE" vertex="1">
          <mxGeometry height="30" width="150" x="30" as="geometry">
            <mxRectangle height="30" width="150" as="alternateBounds" />
          </mxGeometry>
        </mxCell>
        <mxCell id="e_x1Hm3aGCSUM_CxUoT2-94" parent="e_x1Hm3aGCSUM_CxUoT2-87" style="shape=tableRow;horizontal=0;startSize=0;swimlaneHead=0;swimlaneBody=0;fillColor=none;collapsible=0;dropTarget=0;points=[[0,0.5],[1,0.5]];portConstraint=eastwest;top=0;left=0;right=0;bottom=0;" value="" vertex="1">
          <mxGeometry height="30" width="180" y="90" as="geometry" />
        </mxCell>
        <mxCell id="e_x1Hm3aGCSUM_CxUoT2-95" parent="e_x1Hm3aGCSUM_CxUoT2-94" style="shape=partialRectangle;connectable=0;fillColor=none;top=0;left=0;bottom=0;right=0;editable=1;overflow=hidden;whiteSpace=wrap;html=1;" value="" vertex="1">
          <mxGeometry height="30" width="30" as="geometry">
            <mxRectangle height="30" width="30" as="alternateBounds" />
          </mxGeometry>
        </mxCell>
        <mxCell id="e_x1Hm3aGCSUM_CxUoT2-96" parent="e_x1Hm3aGCSUM_CxUoT2-94" style="shape=partialRectangle;connectable=0;fillColor=none;top=0;left=0;bottom=0;right=0;align=left;spacingLeft=6;overflow=hidden;whiteSpace=wrap;html=1;" value="screen_image TEXT" vertex="1">
          <mxGeometry height="30" width="150" x="30" as="geometry">
            <mxRectangle height="30" width="150" as="alternateBounds" />
          </mxGeometry>
        </mxCell>
        <mxCell id="e_x1Hm3aGCSUM_CxUoT2-97" edge="1" parent="1" source="e_x1Hm3aGCSUM_CxUoT2-88" style="edgeStyle=orthogonalEdgeStyle;rounded=0;orthogonalLoop=1;jettySize=auto;html=1;exitX=0;exitY=0.5;exitDx=0;exitDy=0;entryX=1;entryY=0.5;entryDx=0;entryDy=0;startArrow=ERmandOne;startFill=0;endArrow=ERzeroToMany;endFill=0;" target="e_x1Hm3aGCSUM_CxUoT2-77">
          <mxGeometry relative="1" as="geometry" />
        </mxCell>
-         <mxCell id="e_x1Hm3aGCSUM_CxUoT2-98" parent="1" style="shape=table;startSize=30;container=1;collapsible=1;childLayout=tableLayout;fixedRows=1;rowLines=0;fontStyle=1;align=center;resizeLast=1;html=1;" value="equipment" vertex="1">
-           <mxGeometry height="120" width="180" x="1010" y="430" as="geometry" />
-         </mxCell>
-         <mxCell id="e_x1Hm3aGCSUM_CxUoT2-99" parent="e_x1Hm3aGCSUM_CxUoT2-98" style="shape=tableRow;horizontal=0;startSize=0;swimlaneHead=0;swimlaneBody=0;fillColor=none;collapsible=0;dropTarget=0;points=[[0,0.5],[1,0.5]];portConstraint=eastwest;top=0;left=0;right=0;bottom=0;" value="" vertex="1">
-           <mxGeometry height="30" width="180" y="30" as="geometry" />
-         </mxCell>
-         <mxCell id="e_x1Hm3aGCSUM_CxUoT2-100" parent="e_x1Hm3aGCSUM_CxUoT2-99" style="shape=partialRectangle;connectable=0;fillColor=none;top=0;left=0;bottom=0;right=0;editable=1;overflow=hidden;whiteSpace=wrap;html=1;" value="FK" vertex="1">
-           <mxGeometry height="30" width="30" as="geometry">
-             <mxRectangle height="30" width="30" as="alternateBounds" />
-           </mxGeometry>
-         </mxCell>
-         <mxCell id="e_x1Hm3aGCSUM_CxUoT2-101" parent="e_x1Hm3aGCSUM_CxUoT2-99" style="shape=partialRectangle;connectable=0;fillColor=none;top=0;left=0;bottom=0;right=0;align=left;spacingLeft=6;overflow=hidden;whiteSpace=wrap;html=1;" value="&lt;span style=&quot;text-align: center; text-wrap-mode: nowrap;&quot;&gt;excavation_site_id INT&lt;/span&gt;" vertex="1">
-           <mxGeometry height="30" width="150" x="30" as="geometry">
-             <mxRectangle height="30" width="150" as="alternateBounds" />
-           </mxGeometry>
-         </mxCell>
-         <mxCell id="e_x1Hm3aGCSUM_CxUoT2-102" parent="e_x1Hm3aGCSUM_CxUoT2-98" style="shape=tableRow;horizontal=0;startSize=0;swimlaneHead=0;swimlaneBody=0;fillColor=none;collapsible=0;dropTarget=0;points=[[0,0.5],[1,0.5]];portConstraint=eastwest;top=0;left=0;right=0;bottom=0;" value="" vertex="1">
-           <mxGeometry height="30" width="180" y="60" as="geometry" />
-         </mxCell>
-         <mxCell id="e_x1Hm3aGCSUM_CxUoT2-103" parent="e_x1Hm3aGCSUM_CxUoT2-102" style="shape=partialRectangle;connectable=0;fillColor=none;top=0;left=0;bottom=0;right=0;editable=1;overflow=hidden;whiteSpace=wrap;html=1;" value="FK" vertex="1">
-           <mxGeometry height="30" width="30" as="geometry">
-             <mxRectangle height="30" width="30" as="alternateBounds" />
-           </mxGeometry>
-         </mxCell>
-         <mxCell id="e_x1Hm3aGCSUM_CxUoT2-104" parent="e_x1Hm3aGCSUM_CxUoT2-102" style="shape=partialRectangle;connectable=0;fillColor=none;top=0;left=0;bottom=0;right=0;align=left;spacingLeft=6;overflow=hidden;whiteSpace=wrap;html=1;" value="gun_id INT" vertex="1">
-           <mxGeometry height="30" width="150" x="30" as="geometry">
-             <mxRectangle height="30" width="150" as="alternateBounds" />
-           </mxGeometry>
-         </mxCell>
-         <mxCell id="e_x1Hm3aGCSUM_CxUoT2-105" parent="e_x1Hm3aGCSUM_CxUoT2-98" style="shape=tableRow;horizontal=0;startSize=0;swimlaneHead=0;swimlaneBody=0;fillColor=none;collapsible=0;dropTarget=0;points=[[0,0.5],[1,0.5]];portConstraint=eastwest;top=0;left=0;right=0;bottom=0;" value="" vertex="1">
-           <mxGeometry height="30" width="180" y="90" as="geometry" />
-         </mxCell>
-         <mxCell id="e_x1Hm3aGCSUM_CxUoT2-106" parent="e_x1Hm3aGCSUM_CxUoT2-105" style="shape=partialRectangle;connectable=0;fillColor=none;top=0;left=0;bottom=0;right=0;editable=1;overflow=hidden;whiteSpace=wrap;html=1;" value="" vertex="1">
-           <mxGeometry height="30" width="30" as="geometry">
-             <mxRectangle height="30" width="30" as="alternateBounds" />
-           </mxGeometry>
-         </mxCell>
-         <mxCell id="e_x1Hm3aGCSUM_CxUoT2-107" parent="e_x1Hm3aGCSUM_CxUoT2-105" style="shape=partialRectangle;connectable=0;fillColor=none;top=0;left=0;bottom=0;right=0;align=left;spacingLeft=6;overflow=hidden;whiteSpace=wrap;html=1;" value="quantity INT" vertex="1">
-           <mxGeometry height="30" width="150" x="30" as="geometry">
-             <mxRectangle height="30" width="150" as="alternateBounds" />
-           </mxGeometry>
-         </mxCell>
-         <mxCell id="e_x1Hm3aGCSUM_CxUoT2-108" edge="1" parent="1" source="e_x1Hm3aGCSUM_CxUoT2-23" style="edgeStyle=orthogonalEdgeStyle;rounded=0;orthogonalLoop=1;jettySize=auto;html=1;exitX=1;exitY=0.5;exitDx=0;exitDy=0;entryX=0;entryY=0.5;entryDx=0;entryDy=0;startArrow=ERzeroToMany;startFill=0;endArrow=ERmandOne;endFill=0;" target="e_x1Hm3aGCSUM_CxUoT2-99">
-           <mxGeometry relative="1" as="geometry" />
-         </mxCell>
        <mxCell id="e_x1Hm3aGCSUM_CxUoT2-109" parent="1" style="shape=table;startSize=30;container=1;collapsible=1;childLayout=tableLayout;fixedRows=1;rowLines=0;fontStyle=1;align=center;resizeLast=1;html=1;" value="gun" vertex="1">
-           <mxGeometry height="120" width="180" x="1030" y="625" as="geometry" />
+           <mxGeometry height="150" width="180" x="1061" y="600" as="geometry" />
        </mxCell>
        <mxCell id="e_x1Hm3aGCSUM_CxUoT2-110" parent="e_x1Hm3aGCSUM_CxUoT2-109" style="shape=tableRow;horizontal=0;startSize=0;swimlaneHead=0;swimlaneBody=0;fillColor=none;collapsible=0;dropTarget=0;points=[[0,0.5],[1,0.5]];portConstraint=eastwest;top=0;left=0;right=0;bottom=1;" value="" vertex="1">
          <mxGeometry height="30" width="180" y="30" as="geometry" />
        </mxCell>
        <mxCell id="e_x1Hm3aGCSUM_CxUoT2-111" parent="e_x1Hm3aGCSUM_CxUoT2-110" style="shape=partialRectangle;connectable=0;fillColor=none;top=0;left=0;bottom=0;right=0;fontStyle=1;overflow=hidden;whiteSpace=wrap;html=1;" value="PK" vertex="1">
          <mxGeometry height="30" width="30" as="geometry">
            <mxRectangle height="30" width="30" as="alternateBounds" />
          </mxGeometry>
        </mxCell>
        <mxCell id="e_x1Hm3aGCSUM_CxUoT2-112" parent="e_x1Hm3aGCSUM_CxUoT2-110" style="shape=partialRectangle;connectable=0;fillColor=none;top=0;left=0;bottom=0;right=0;align=left;spacingLeft=6;fontStyle=5;overflow=hidden;whiteSpace=wrap;html=1;" value="id INT" vertex="1">
          <mxGeometry height="30" width="150" x="30" as="geometry">
            <mxRectangle height="30" width="150" as="alternateBounds" />
          </mxGeometry>
        </mxCell>
        <mxCell id="e_x1Hm3aGCSUM_CxUoT2-113" parent="e_x1Hm3aGCSUM_CxUoT2-109" style="shape=tableRow;horizontal=0;startSize=0;swimlaneHead=0;swimlaneBody=0;fillColor=none;collapsible=0;dropTarget=0;points=[[0,0.5],[1,0.5]];portConstraint=eastwest;top=0;left=0;right=0;bottom=0;" value="" vertex="1">
          <mxGeometry height="30" width="180" y="60" as="geometry" />
        </mxCell>
-         <mxCell id="e_x1Hm3aGCSUM_CxUoT2-114" parent="e_x1Hm3aGCSUM_CxUoT2-113" style="shape=partialRectangle;connectable=0;fillColor=none;top=0;left=0;bottom=0;right=0;editable=1;overflow=hidden;whiteSpace=wrap;html=1;" value="" vertex="1">
-           <mxGeometry height="30" width="30" as="geometry">
-             <mxRectangle height="30" width="30" as="alternateBounds" />
-           </mxGeometry>
-         </mxCell>
-         <mxCell id="e_x1Hm3aGCSUM_CxUoT2-115" parent="e_x1Hm3aGCSUM_CxUoT2-113" style="shape=partialRectangle;connectable=0;fillColor=none;top=0;left=0;bottom=0;right=0;align=left;spacingLeft=6;overflow=hidden;whiteSpace=wrap;html=1;" value="bullet_type BULLETTYPE" vertex="1">
+         <mxCell id="e_x1Hm3aGCSUM_CxUoT2-114" parent="e_x1Hm3aGCSUM_CxUoT2-113" style="shape=partialRectangle;connectable=0;fillColor=none;top=0;left=0;bottom=0;right=0;editable=1;overflow=hidden;whiteSpace=wrap;html=1;" value="FK" vertex="1">
+           <mxGeometry height="30" width="30" as="geometry">
+             <mxRectangle height="30" width="30" as="alternateBounds" />
+           </mxGeometry>
+         </mxCell>
+         <mxCell id="e_x1Hm3aGCSUM_CxUoT2-115" parent="e_x1Hm3aGCSUM_CxUoT2-113" style="shape=partialRectangle;connectable=0;fillColor=none;top=0;left=0;bottom=0;right=0;align=left;spacingLeft=6;overflow=hidden;whiteSpace=wrap;html=1;" value="equipment_id INT" vertex="1">
          <mxGeometry height="30" width="150" x="30" as="geometry">
            <mxRectangle height="30" width="150" as="alternateBounds" />
          </mxGeometry>
        </mxCell>
        <mxCell id="e_x1Hm3aGCSUM_CxUoT2-116" parent="e_x1Hm3aGCSUM_CxUoT2-109" style="shape=tableRow;horizontal=0;startSize=0;swimlaneHead=0;swimlaneBody=0;fillColor=none;collapsible=0;dropTarget=0;points=[[0,0.5],[1,0.5]];portConstraint=eastwest;top=0;left=0;right=0;bottom=0;" value="" vertex="1">
          <mxGeometry height="30" width="180" y="90" as="geometry" />
        </mxCell>
        <mxCell id="e_x1Hm3aGCSUM_CxUoT2-117" parent="e_x1Hm3aGCSUM_CxUoT2-116" style="shape=partialRectangle;connectable=0;fillColor=none;top=0;left=0;bottom=0;right=0;editable=1;overflow=hidden;whiteSpace=wrap;html=1;" value="" vertex="1">
          <mxGeometry height="30" width="30" as="geometry">
            <mxRectangle height="30" width="30" as="alternateBounds" />
          </mxGeometry>
        </mxCell>
        <mxCell id="e_x1Hm3aGCSUM_CxUoT2-118" parent="e_x1Hm3aGCSUM_CxUoT2-116" style="shape=partialRectangle;connectable=0;fillColor=none;top=0;left=0;bottom=0;right=0;align=left;spacingLeft=6;overflow=hidden;whiteSpace=wrap;html=1;" value="&lt;font style=&quot;font-size: 11px;&quot;&gt;shot_range NUMERIC(8,4)&lt;/font&gt;" vertex="1">
          <mxGeometry height="30" width="150" x="30" as="geometry">
            <mxRectangle height="30" width="150" as="alternateBounds" />
          </mxGeometry>
        </mxCell>
-         <mxCell id="e_x1Hm3aGCSUM_CxUoT2-119" edge="1" parent="1" source="e_x1Hm3aGCSUM_CxUoT2-102" style="edgeStyle=orthogonalEdgeStyle;rounded=0;orthogonalLoop=1;jettySize=auto;html=1;exitX=1;exitY=0.5;exitDx=0;exitDy=0;entryX=1;entryY=0.5;entryDx=0;entryDy=0;startArrow=ERmandOne;startFill=0;endArrow=ERzeroToMany;endFill=0;" target="e_x1Hm3aGCSUM_CxUoT2-110">
-           <mxGeometry relative="1" as="geometry" />
+         <mxCell id="XKXWXFHaiuoh6aMqG00z-19" parent="e_x1Hm3aGCSUM_CxUoT2-109" style="shape=tableRow;horizontal=0;startSize=0;swimlaneHead=0;swimlaneBody=0;fillColor=none;collapsible=0;dropTarget=0;points=[[0,0.5],[1,0.5]];portConstraint=eastwest;top=0;left=0;right=0;bottom=0;" value="" vertex="1">
+           <mxGeometry height="30" width="180" y="120" as="geometry" />
+         </mxCell>
+         <mxCell id="XKXWXFHaiuoh6aMqG00z-20" parent="XKXWXFHaiuoh6aMqG00z-19" style="shape=partialRectangle;connectable=0;fillColor=none;top=0;left=0;bottom=0;right=0;editable=1;overflow=hidden;whiteSpace=wrap;html=1;" value="" vertex="1">
+           <mxGeometry height="30" width="30" as="geometry">
+             <mxRectangle height="30" width="30" as="alternateBounds" />
+           </mxGeometry>
+         </mxCell>
+         <mxCell id="XKXWXFHaiuoh6aMqG00z-21" parent="XKXWXFHaiuoh6aMqG00z-19" style="shape=partialRectangle;connectable=0;fillColor=none;top=0;left=0;bottom=0;right=0;align=left;spacingLeft=6;overflow=hidden;whiteSpace=wrap;html=1;" value="bullet_type BULLETTYPE" vertex="1">
+           <mxGeometry height="30" width="150" x="30" as="geometry">
+             <mxRectangle height="30" width="150" as="alternateBounds" />
+           </mxGeometry>
        </mxCell>
        <mxCell id="e_x1Hm3aGCSUM_CxUoT2-120" parent="1" style="shape=table;startSize=30;container=1;collapsible=1;childLayout=tableLayout;fixedRows=1;rowLines=0;fontStyle=1;align=center;resizeLast=1;html=1;" value="blast_waves" vertex="1">
          <mxGeometry height="150" width="180" x="800" y="830" as="geometry" />
        </mxCell>
        <mxCell id="e_x1Hm3aGCSUM_CxUoT2-121" parent="e_x1Hm3aGCSUM_CxUoT2-120" style="shape=tableRow;horizontal=0;startSize=0;swimlaneHead=0;swimlaneBody=0;fillColor=none;collapsible=0;dropTarget=0;points=[[0,0.5],[1,0.5]];portConstraint=eastwest;top=0;left=0;right=0;bottom=1;" value="" vertex="1">
          <mxGeometry height="30" width="180" y="30" as="geometry" />
        </mxCell>
        <mxCell id="e_x1Hm3aGCSUM_CxUoT2-122" parent="e_x1Hm3aGCSUM_CxUoT2-121" style="shape=partialRectangle;connectable=0;fillColor=none;top=0;left=0;bottom=0;right=0;fontStyle=1;overflow=hidden;whiteSpace=wrap;html=1;" value="PK" vertex="1">
          <mxGeometry height="30" width="30" as="geometry">
            <mxRectangle height="30" width="30" as="alternateBounds" />
          </mxGeometry>
        </mxCell>
        <mxCell id="e_x1Hm3aGCSUM_CxUoT2-123" parent="e_x1Hm3aGCSUM_CxUoT2-121" style="shape=partialRectangle;connectable=0;fillColor=none;top=0;left=0;bottom=0;right=0;align=left;spacingLeft=6;fontStyle=5;overflow=hidden;whiteSpace=wrap;html=1;" value="id INT" vertex="1">
          <mxGeometry height="30" width="150" x="30" as="geometry">
            <mxRectangle height="30" width="150" as="alternateBounds" />
          </mxGeometry>
        </mxCell>
        <mxCell id="e_x1Hm3aGCSUM_CxUoT2-124" parent="e_x1Hm3aGCSUM_CxUoT2-120" style="shape=tableRow;horizontal=0;startSize=0;swimlaneHead=0;swimlaneBody=0;fillColor=none;collapsible=0;dropTarget=0;points=[[0,0.5],[1,0.5]];portConstraint=eastwest;top=0;left=0;right=0;bottom=0;" value="" vertex="1">
          <mxGeometry height="30" width="180" y="60" as="geometry" />
        </mxCell>
        <mxCell id="e_x1Hm3aGCSUM_CxUoT2-125" parent="e_x1Hm3aGCSUM_CxUoT2-124" style="shape=partialRectangle;connectable=0;fillColor=none;top=0;left=0;bottom=0;right=0;editable=1;overflow=hidden;whiteSpace=wrap;html=1;" value="FK" vertex="1">
          <mxGeometry height="30" width="30" as="geometry">
            <mxRectangle height="30" width="30" as="alternateBounds" />
          </mxGeometry>
        </mxCell>
        <mxCell id="e_x1Hm3aGCSUM_CxUoT2-126" parent="e_x1Hm3aGCSUM_CxUoT2-124" style="shape=partialRectangle;connectable=0;fillColor=none;top=0;left=0;bottom=0;right=0;align=left;spacingLeft=6;overflow=hidden;whiteSpace=wrap;html=1;" value="gun_id INT" vertex="1">
          <mxGeometry height="30" width="150" x="30" as="geometry">
            <mxRectangle height="30" width="150" as="alternateBounds" />
          </mxGeometry>
        </mxCell>
        <mxCell id="e_x1Hm3aGCSUM_CxUoT2-127" parent="e_x1Hm3aGCSUM_CxUoT2-120" style="shape=tableRow;horizontal=0;startSize=0;swimlaneHead=0;swimlaneBody=0;fillColor=none;collapsible=0;dropTarget=0;points=[[0,0.5],[1,0.5]];portConstraint=eastwest;top=0;left=0;right=0;bottom=0;" value="" vertex="1">
          <mxGeometry height="30" width="180" y="90" as="geometry" />
        </mxCell>
        <mxCell id="e_x1Hm3aGCSUM_CxUoT2-128" parent="e_x1Hm3aGCSUM_CxUoT2-127" style="shape=partialRectangle;connectable=0;fillColor=none;top=0;left=0;bottom=0;right=0;editable=1;overflow=hidden;whiteSpace=wrap;html=1;" value="" vertex="1">
          <mxGeometry height="30" width="30" as="geometry">
            <mxRectangle height="30" width="30" as="alternateBounds" />
          </mxGeometry>
        </mxCell>
        <mxCell id="e_x1Hm3aGCSUM_CxUoT2-129" parent="e_x1Hm3aGCSUM_CxUoT2-127" style="shape=partialRectangle;connectable=0;fillColor=none;top=0;left=0;bottom=0;right=0;align=left;spacingLeft=6;overflow=hidden;whiteSpace=wrap;html=1;" value="power BIGINT" vertex="1">
          <mxGeometry height="30" width="150" x="30" as="geometry">
            <mxRectangle height="30" width="150" as="alternateBounds" />
          </mxGeometry>
        </mxCell>
        <mxCell id="e_x1Hm3aGCSUM_CxUoT2-130" parent="e_x1Hm3aGCSUM_CxUoT2-120" style="shape=tableRow;horizontal=0;startSize=0;swimlaneHead=0;swimlaneBody=0;fillColor=none;collapsible=0;dropTarget=0;points=[[0,0.5],[1,0.5]];portConstraint=eastwest;top=0;left=0;right=0;bottom=0;" value="" vertex="1">
          <mxGeometry height="30" width="180" y="120" as="geometry" />
        </mxCell>
        <mxCell id="e_x1Hm3aGCSUM_CxUoT2-131" parent="e_x1Hm3aGCSUM_CxUoT2-130" style="shape=partialRectangle;connectable=0;fillColor=none;top=0;left=0;bottom=0;right=0;editable=1;overflow=hidden;whiteSpace=wrap;html=1;" value="" vertex="1">
          <mxGeometry height="30" width="30" as="geometry">
            <mxRectangle height="30" width="30" as="alternateBounds" />
          </mxGeometry>
        </mxCell>
        <mxCell id="e_x1Hm3aGCSUM_CxUoT2-132" parent="e_x1Hm3aGCSUM_CxUoT2-130" style="shape=partialRectangle;connectable=0;fillColor=none;top=0;left=0;bottom=0;right=0;align=left;spacingLeft=6;overflow=hidden;whiteSpace=wrap;html=1;" value="speed BIGINT" vertex="1">
          <mxGeometry height="30" width="150" x="30" as="geometry">
            <mxRectangle height="30" width="150" as="alternateBounds" />
          </mxGeometry>
        </mxCell>
        <mxCell id="e_x1Hm3aGCSUM_CxUoT2-133" edge="1" parent="1" source="e_x1Hm3aGCSUM_CxUoT2-124" style="edgeStyle=orthogonalEdgeStyle;rounded=0;orthogonalLoop=1;jettySize=auto;html=1;entryX=0;entryY=0.5;entryDx=0;entryDy=0;startArrow=ERzeroToMany;startFill=0;endArrow=ERmandOne;endFill=0;" target="e_x1Hm3aGCSUM_CxUoT2-110">
          <mxGeometry relative="1" as="geometry" />
        </mxCell>
        <mxCell id="e_x1Hm3aGCSUM_CxUoT2-134" edge="1" parent="1" source="e_x1Hm3aGCSUM_CxUoT2-7" style="edgeStyle=orthogonalEdgeStyle;rounded=0;orthogonalLoop=1;jettySize=auto;html=1;entryX=-0.002;entryY=0.211;entryDx=0;entryDy=0;entryPerimeter=0;endArrow=ERmandOne;endFill=0;startArrow=ERzeroToMany;startFill=0;" target="e_x1Hm3aGCSUM_CxUoT2-23">
          <mxGeometry relative="1" as="geometry" />
        </mxCell>
        <mxCell id="e_x1Hm3aGCSUM_CxUoT2-135" edge="1" parent="1" source="e_x1Hm3aGCSUM_CxUoT2-39" style="edgeStyle=orthogonalEdgeStyle;rounded=0;orthogonalLoop=1;jettySize=auto;html=1;entryX=-0.002;entryY=0.833;entryDx=0;entryDy=0;entryPerimeter=0;endArrow=ERmandOne;endFill=0;startArrow=ERzeroToMany;startFill=0;" target="e_x1Hm3aGCSUM_CxUoT2-23">
+           <mxGeometry relative="1" as="geometry" />
+         </mxCell>
+         <mxCell id="XKXWXFHaiuoh6aMqG00z-5" parent="1" style="shape=table;startSize=30;container=1;collapsible=1;childLayout=tableLayout;fixedRows=1;rowLines=0;fontStyle=1;align=center;resizeLast=1;html=1;" value="equipment" vertex="1">
+           <mxGeometry height="120" width="180" x="1020" y="420" as="geometry" />
+         </mxCell>
+         <mxCell id="XKXWXFHaiuoh6aMqG00z-6" parent="XKXWXFHaiuoh6aMqG00z-5" style="shape=tableRow;horizontal=0;startSize=0;swimlaneHead=0;swimlaneBody=0;fillColor=none;collapsible=0;dropTarget=0;points=[[0,0.5],[1,0.5]];portConstraint=eastwest;top=0;left=0;right=0;bottom=1;" value="" vertex="1">
+           <mxGeometry height="30" width="180" y="30" as="geometry" />
+         </mxCell>
+         <mxCell id="XKXWXFHaiuoh6aMqG00z-7" parent="XKXWXFHaiuoh6aMqG00z-6" style="shape=partialRectangle;connectable=0;fillColor=none;top=0;left=0;bottom=0;right=0;fontStyle=1;overflow=hidden;whiteSpace=wrap;html=1;" value="PK" vertex="1">
+           <mxGeometry height="30" width="30" as="geometry">
+             <mxRectangle height="30" width="30" as="alternateBounds" />
+           </mxGeometry>
+         </mxCell>
+         <mxCell id="XKXWXFHaiuoh6aMqG00z-8" parent="XKXWXFHaiuoh6aMqG00z-6" style="shape=partialRectangle;connectable=0;fillColor=none;top=0;left=0;bottom=0;right=0;align=left;spacingLeft=6;fontStyle=5;overflow=hidden;whiteSpace=wrap;html=1;" value="id INT" vertex="1">
+           <mxGeometry height="30" width="150" x="30" as="geometry">
+             <mxRectangle height="30" width="150" as="alternateBounds" />
+           </mxGeometry>
+         </mxCell>
+         <mxCell id="XKXWXFHaiuoh6aMqG00z-9" parent="XKXWXFHaiuoh6aMqG00z-5" style="shape=tableRow;horizontal=0;startSize=0;swimlaneHead=0;swimlaneBody=0;fillColor=none;collapsible=0;dropTarget=0;points=[[0,0.5],[1,0.5]];portConstraint=eastwest;top=0;left=0;right=0;bottom=0;" value="" vertex="1">
+           <mxGeometry height="30" width="180" y="60" as="geometry" />
+         </mxCell>
+         <mxCell id="XKXWXFHaiuoh6aMqG00z-10" parent="XKXWXFHaiuoh6aMqG00z-9" style="shape=partialRectangle;connectable=0;fillColor=none;top=0;left=0;bottom=0;right=0;editable=1;overflow=hidden;whiteSpace=wrap;html=1;" value="FK" vertex="1">
+           <mxGeometry height="30" width="30" as="geometry">
+             <mxRectangle height="30" width="30" as="alternateBounds" />
+           </mxGeometry>
+         </mxCell>
+         <mxCell id="XKXWXFHaiuoh6aMqG00z-11" parent="XKXWXFHaiuoh6aMqG00z-9" style="shape=partialRectangle;connectable=0;fillColor=none;top=0;left=0;bottom=0;right=0;align=left;spacingLeft=6;overflow=hidden;whiteSpace=wrap;html=1;" value="&lt;span style=&quot;text-align: center; white-space: nowrap;&quot;&gt;excavation_site_id INT&lt;/span&gt;" vertex="1">
+           <mxGeometry height="30" width="150" x="30" as="geometry">
+             <mxRectangle height="30" width="150" as="alternateBounds" />
+           </mxGeometry>
+         </mxCell>
+         <mxCell id="XKXWXFHaiuoh6aMqG00z-15" parent="XKXWXFHaiuoh6aMqG00z-5" style="shape=tableRow;horizontal=0;startSize=0;swimlaneHead=0;swimlaneBody=0;fillColor=none;collapsible=0;dropTarget=0;points=[[0,0.5],[1,0.5]];portConstraint=eastwest;top=0;left=0;right=0;bottom=0;" value="" vertex="1">
+           <mxGeometry height="30" width="180" y="90" as="geometry" />
+         </mxCell>
+         <mxCell id="XKXWXFHaiuoh6aMqG00z-16" parent="XKXWXFHaiuoh6aMqG00z-15" style="shape=partialRectangle;connectable=0;fillColor=none;top=0;left=0;bottom=0;right=0;editable=1;overflow=hidden;whiteSpace=wrap;html=1;" value="" vertex="1">
+           <mxGeometry height="30" width="30" as="geometry">
+             <mxRectangle height="30" width="30" as="alternateBounds" />
+           </mxGeometry>
+         </mxCell>
+         <mxCell id="XKXWXFHaiuoh6aMqG00z-17" parent="XKXWXFHaiuoh6aMqG00z-15" style="shape=partialRectangle;connectable=0;fillColor=none;top=0;left=0;bottom=0;right=0;align=left;spacingLeft=6;overflow=hidden;whiteSpace=wrap;html=1;" value="quantity INT" vertex="1">
+           <mxGeometry height="30" width="150" x="30" as="geometry">
+             <mxRectangle height="30" width="150" as="alternateBounds" />
+           </mxGeometry>
+         </mxCell>
+         <mxCell id="XKXWXFHaiuoh6aMqG00z-18" edge="1" parent="1" source="e_x1Hm3aGCSUM_CxUoT2-23" style="edgeStyle=orthogonalEdgeStyle;rounded=0;orthogonalLoop=1;jettySize=auto;html=1;entryX=0;entryY=0.5;entryDx=0;entryDy=0;endArrow=ERzeroToMany;endFill=0;startArrow=ERmandOne;startFill=0;" target="XKXWXFHaiuoh6aMqG00z-9">
+           <mxGeometry relative="1" as="geometry" />
+         </mxCell>
+         <mxCell id="XKXWXFHaiuoh6aMqG00z-22" edge="1" parent="1" source="XKXWXFHaiuoh6aMqG00z-6" style="edgeStyle=orthogonalEdgeStyle;rounded=0;orthogonalLoop=1;jettySize=auto;html=1;entryX=1;entryY=0.5;entryDx=0;entryDy=0;endArrow=ERzeroToMany;endFill=0;startArrow=ERmandOne;startFill=0;" target="e_x1Hm3aGCSUM_CxUoT2-113">
          <mxGeometry relative="1" as="geometry" />
        </mxCell>
      </root>
    </mxGraphModel>
  </diagram>
</mxfile>
